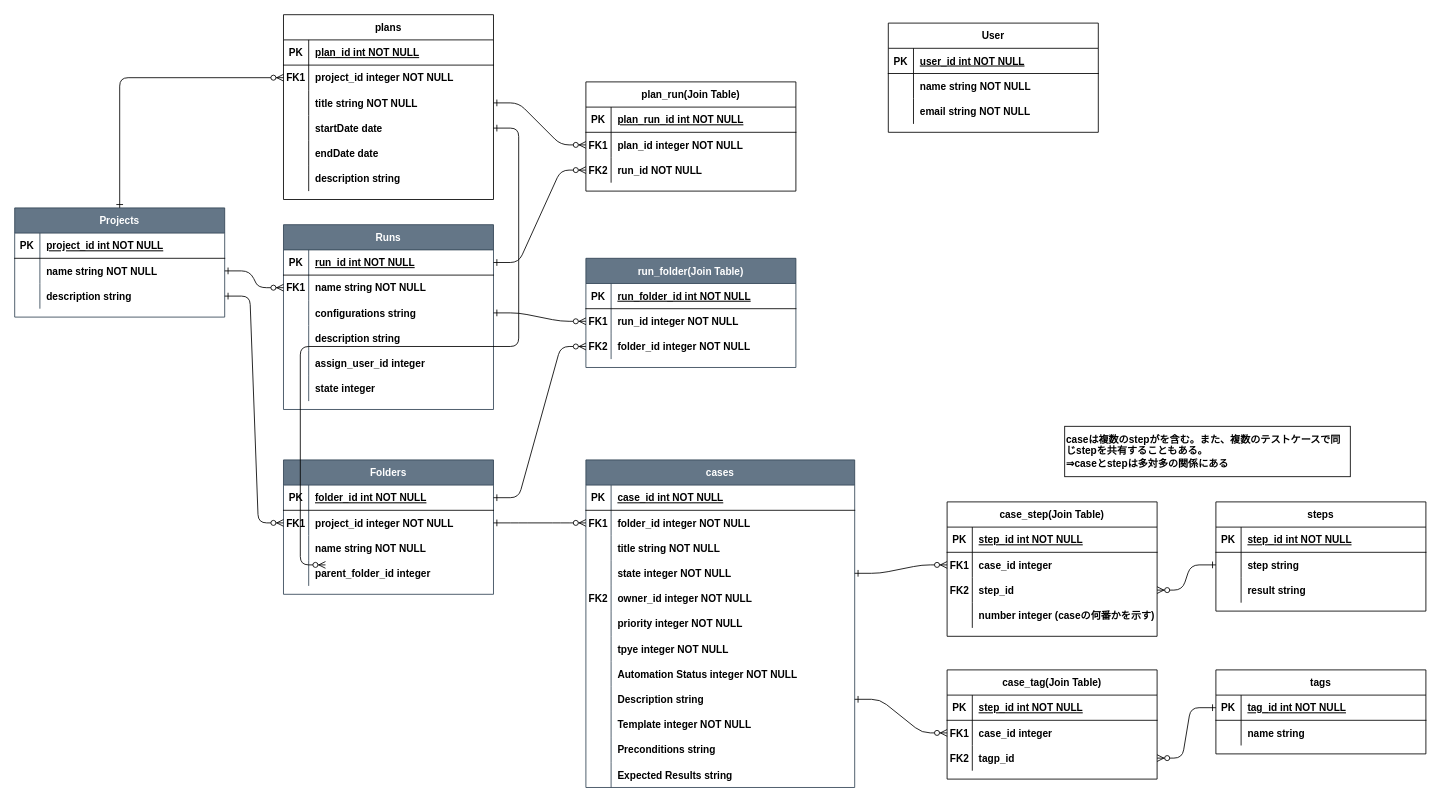
Above: docs/architecture/img/er.drawio in kimatata/TestCaseManagerDoc (draw.io), before the change. Source tidied: cells renumbered, new cells numbered last; positions are measured from the earlier drawing's top-left corner, leaving out a move shared by most shapes. Both pictures are drawn from the tidied source at 84%, with x=0, y=0 at pixel (14, 14).
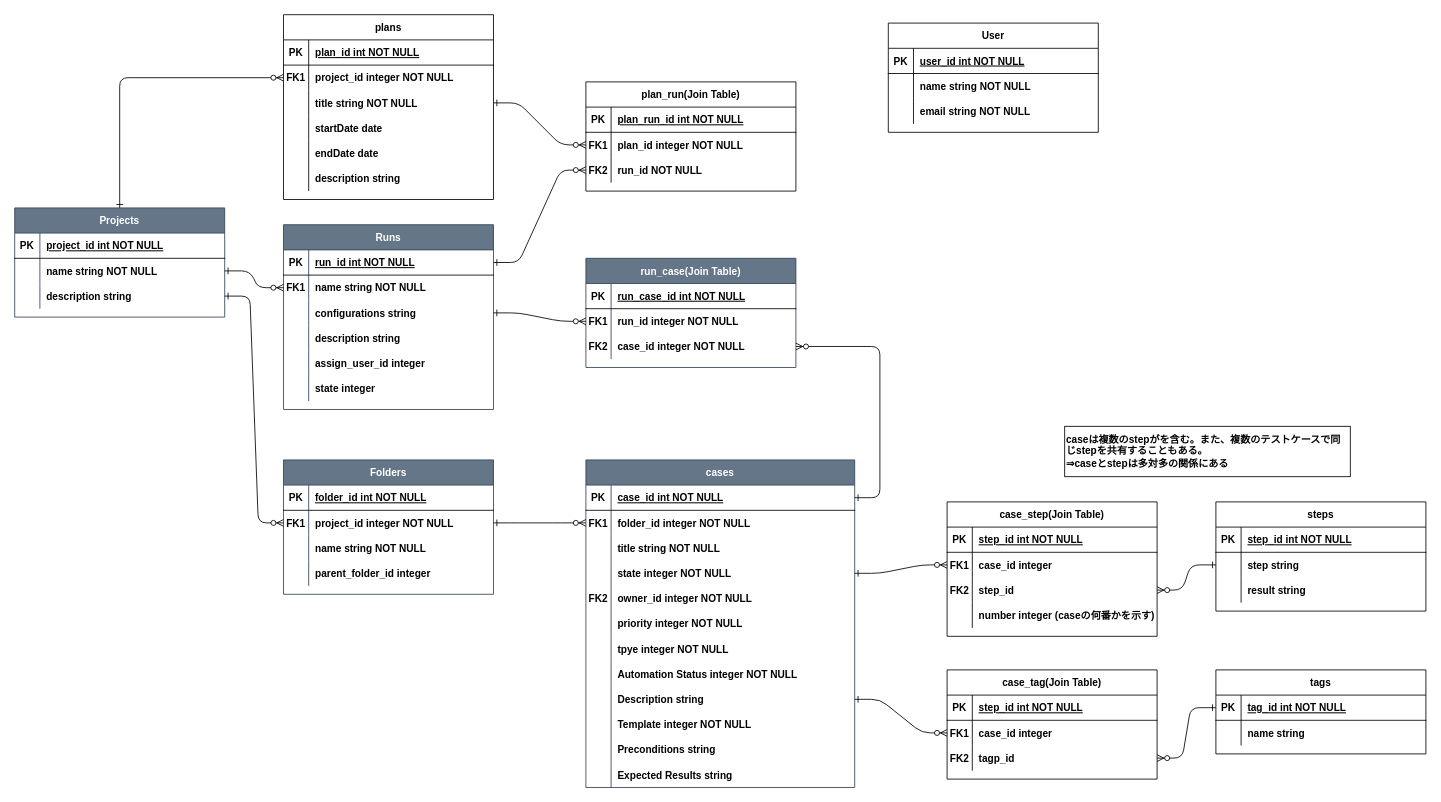
Above is the later version.

The change refers to these unchanged cells:
```xml
<mxCell id="13" style="shape=partialRectangle;fillColor=none;points=[[0,0.5],[1,0.5]];portConstraint=eastwest;top=0;left=0;right=0;bottom=1;fontStyle=1;" parent="12" vertex="1">
  <mxGeometry y="30" width="250" height="30" as="geometry" />
</mxCell>
<mxCell id="26" style="shape=partialRectangle;fillColor=none;points=[[0,0.5],[1,0.5]];portConstraint=eastwest;top=0;left=0;right=0;bottom=1;fontStyle=1;" parent="25" vertex="1">
  <mxGeometry y="30" width="320" height="30" as="geometry" />
</mxCell>
<mxCell id="149" style="shape=partialRectangle;fillColor=none;points=[[0,0.5],[1,0.5]];portConstraint=eastwest;top=0;left=0;right=0;bottom=0;fontStyle=1;" parent="139" vertex="1">
  <mxGeometry y="120" width="250" height="30" as="geometry" />
</mxCell>
<mxCell id="171" style="shape=partialRectangle;fillColor=none;top=0;left=0;right=0;bottom=1;fontStyle=1;" parent="170" vertex="1">
  <mxGeometry y="30" width="250" height="30" as="geometry" />
</mxCell>
<mxCell id="177" style="shape=partialRectangle;fillColor=none;points=[[0,0.5],[1,0.5]];portConstraint=eastwest;top=0;left=0;right=0;bottom=0;fontStyle=1;" parent="170" vertex="1">
  <mxGeometry y="90" width="250" height="30" as="geometry" />
</mxCell>
```

What changed in the source:
```diff
@@
-    <mxCell id="159" style="edgeStyle=entityRelationEdgeStyle;endArrow=ERzeroToMany;startArrow=ERone;endFill=1;startFill=0;fontStyle=1;" parent="1" edge="1" source="149">
-      <mxGeometry relative="1" as="geometry">
-        <mxPoint x="370" y="655" as="targetPoint" />
-      </mxGeometry>
-    </mxCell>
@@
-    <mxCell id="170" value="run_folder(Join Table)" style="shape=table;startSize=30;childLayout=tableLayout;rowLines=0;fontStyle=1;align=center;fillColor=#647687;strokeColor=#314354;fontColor=#ffffff;" parent="1" vertex="1">
+    <mxCell id="170" value="run_case(Join Table)" style="shape=table;startSize=30;childLayout=tableLayout;rowLines=0;fontStyle=1;align=center;fillColor=#647687;strokeColor=#314354;fontColor=#ffffff;" parent="1" vertex="1">
       <mxGeometry x="680" y="290" width="250" height="130" as="geometry" />
     </mxCell>
@@
-    <mxCell id="173" value="run_folder_id int NOT NULL " style="shape=partialRectangle;overflow=hidden;fillColor=none;top=0;left=0;bottom=0;right=0;align=left;spacingLeft=6;fontStyle=5;" parent="171" vertex="1">
+    <mxCell id="173" value="run_case_id int NOT NULL " style="shape=partialRectangle;overflow=hidden;fillColor=none;top=0;left=0;bottom=0;right=0;align=left;spacingLeft=6;fontStyle=5;" parent="171" vertex="1">
       <mxGeometry x="30" width="220" height="30" as="geometry" />
     </mxCell>
@@
-    <mxCell id="179" value="folder_id integer NOT NULL" style="shape=partialRectangle;overflow=hidden;fillColor=none;top=0;left=0;bottom=0;right=0;align=left;spacingLeft=6;fontStyle=1;" parent="177" vertex="1">
+    <mxCell id="179" value="case_id integer NOT NULL" style="shape=partialRectangle;overflow=hidden;fillColor=none;top=0;left=0;bottom=0;right=0;align=left;spacingLeft=6;fontStyle=1;" parent="177" vertex="1">
       <mxGeometry x="30" width="220" height="30" as="geometry" />
     </mxCell>
@@
-    <mxCell id="181" style="edgeStyle=entityRelationEdgeStyle;endArrow=ERzeroToMany;startArrow=ERone;endFill=1;startFill=0;exitX=1;exitY=0.5;exitDx=0;exitDy=0;entryX=0;entryY=0.5;entryDx=0;entryDy=0;fontStyle=1;" parent="1" edge="1" source="13" target="177">
+    <mxCell id="181" style="edgeStyle=entityRelationEdgeStyle;endArrow=ERzeroToMany;startArrow=ERone;endFill=1;startFill=0;fontStyle=1;" parent="1" edge="1" source="26" target="177">
       <mxGeometry relative="1" as="geometry" />
     </mxCell>
```
